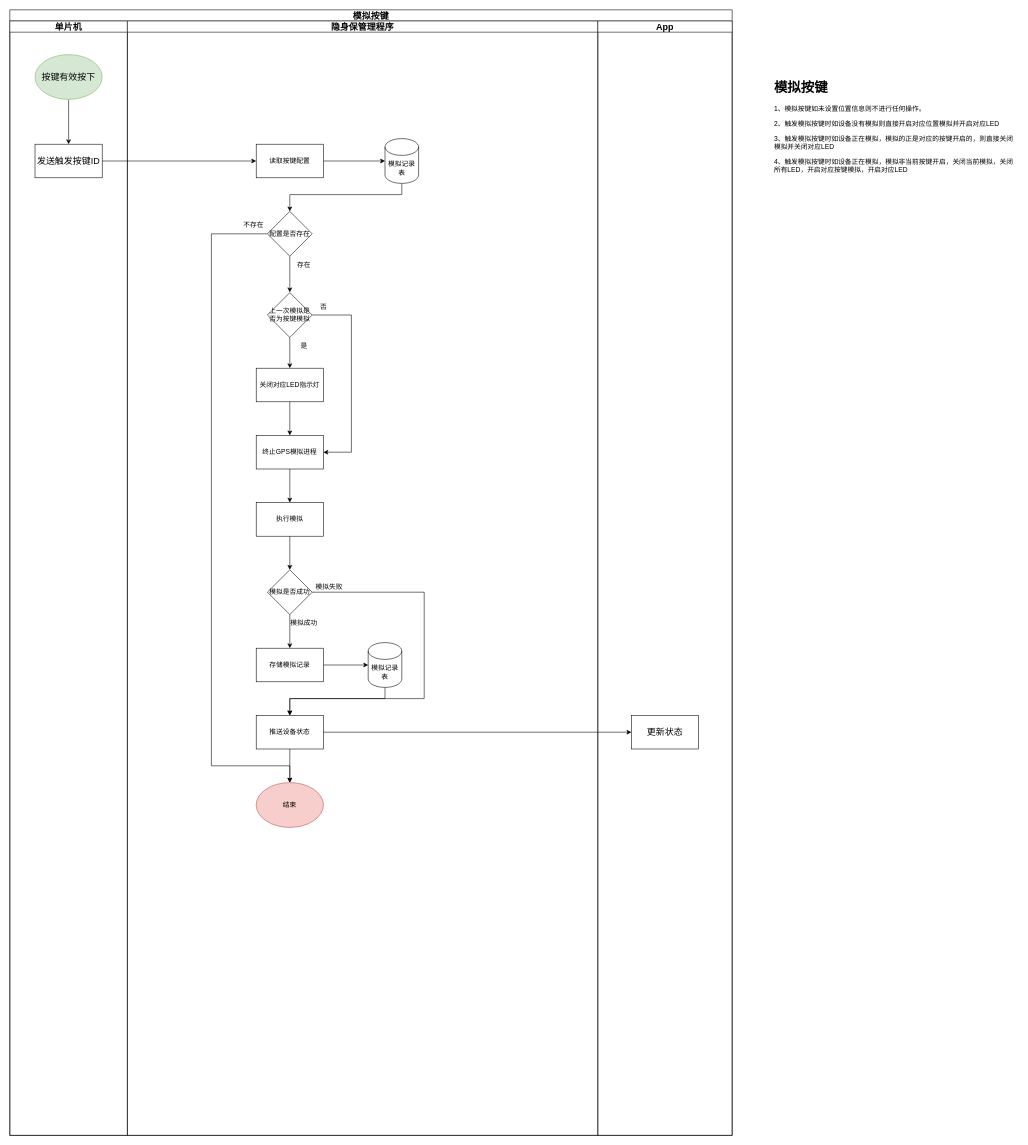
Above: page "设备按键模拟" (12 of 25) of 隐身保arm版-业务流程-V1.0-20221028-1.drawio in kyphoon/ysb_drawio_tree (draw.io), before the change. Source tidied: cells renumbered, new cells numbered last; positions are measured from the earlier drawing's top-left corner, leaving out a move shared by most shapes. Both pictures are drawn from the tidied source at 56%, with x=0, y=0 at pixel (10, 10).
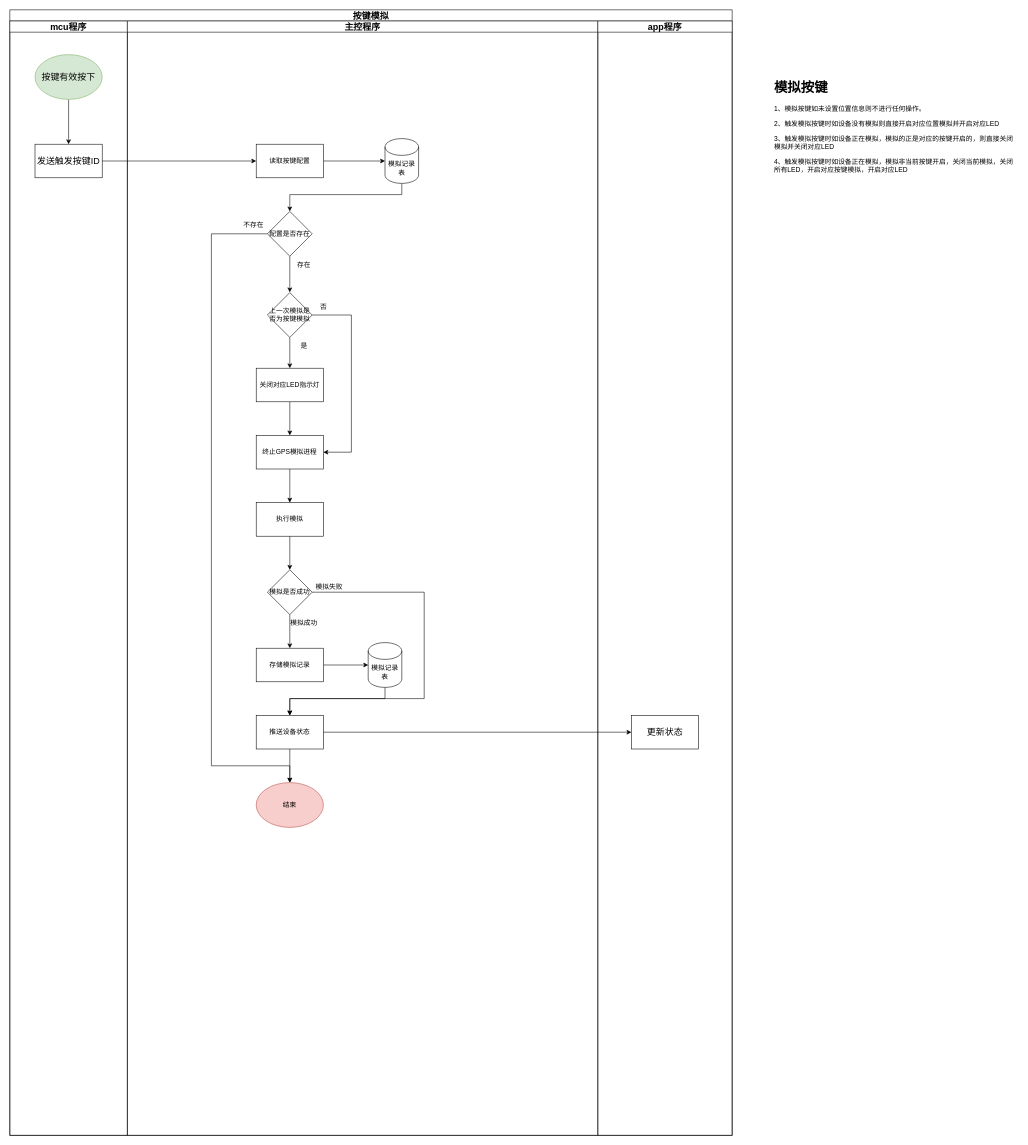
The same page after the edit.

Change to the diagram source:
```diff
@@
-    <mxCell id="2" value="模拟按键" style="swimlane;startSize=20;labelBackgroundColor=none;fontSize=16;fontColor=#000000;strokeColor=default;strokeWidth=1;fillColor=default;" parent="1" vertex="1">
+    <mxCell id="2" value="按键模拟" style="swimlane;startSize=20;labelBackgroundColor=none;fontSize=16;fontColor=#000000;strokeColor=default;strokeWidth=1;fillColor=default;" parent="1" vertex="1">
       <mxGeometry width="1290" height="2010" as="geometry" />
     </mxCell>
-    <mxCell id="3" value="单片机" style="swimlane;startSize=20;labelBackgroundColor=none;fontSize=16;fontColor=#000000;strokeColor=default;strokeWidth=1;fillColor=default;" parent="2" vertex="1">
+    <mxCell id="3" value="mcu程序" style="swimlane;startSize=20;labelBackgroundColor=none;fontSize=16;fontColor=#000000;strokeColor=default;strokeWidth=1;fillColor=default;" parent="2" vertex="1">
       <mxGeometry y="20" width="210" height="1990" as="geometry" />
     </mxCell>
@@
-    <mxCell id="7" value="隐身保管理程序" style="swimlane;startSize=20;labelBackgroundColor=none;fontSize=16;fontColor=#000000;strokeColor=default;strokeWidth=1;fillColor=default;" parent="2" vertex="1">
+    <mxCell id="7" value="主控程序" style="swimlane;startSize=20;labelBackgroundColor=none;fontSize=16;fontColor=#000000;strokeColor=default;strokeWidth=1;fillColor=default;" parent="2" vertex="1">
       <mxGeometry x="210" y="20" width="840" height="1990" as="geometry" />
     </mxCell>
@@
-    <mxCell id="38" value="App" style="swimlane;startSize=20;labelBackgroundColor=none;fontSize=16;fontColor=#000000;strokeColor=default;strokeWidth=1;fillColor=default;" parent="2" vertex="1">
+    <mxCell id="38" value="app程序" style="swimlane;startSize=20;labelBackgroundColor=none;fontSize=16;fontColor=#000000;strokeColor=default;strokeWidth=1;fillColor=default;" parent="2" vertex="1">
       <mxGeometry x="1050" y="20" width="240" height="1990" as="geometry" />
     </mxCell>
```
